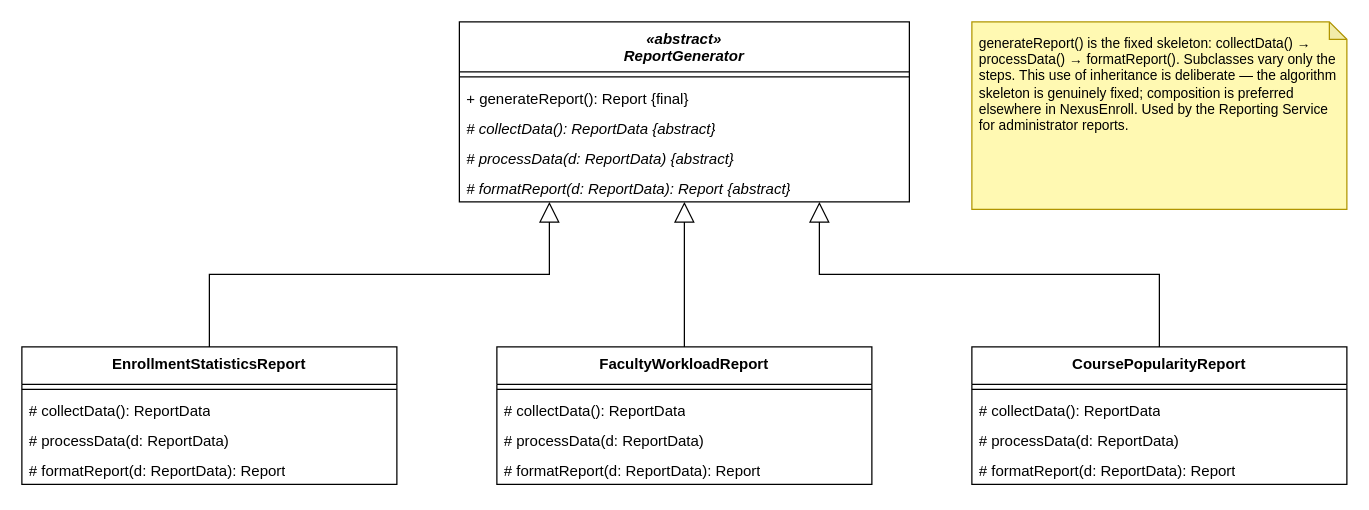
Above: Diagrams/Class_diagrams_design_patterns/06-template-method.drawio in Tharusha-dev/soft_architect_redda (draw.io), before the change. Source tidied: cells renumbered, new cells numbered last; positions are measured from the earlier drawing's top-left corner, leaving out a move shared by most shapes. Both pictures are drawn from the tidied source at 125%, with x=0, y=0 at pixel (21, 21).
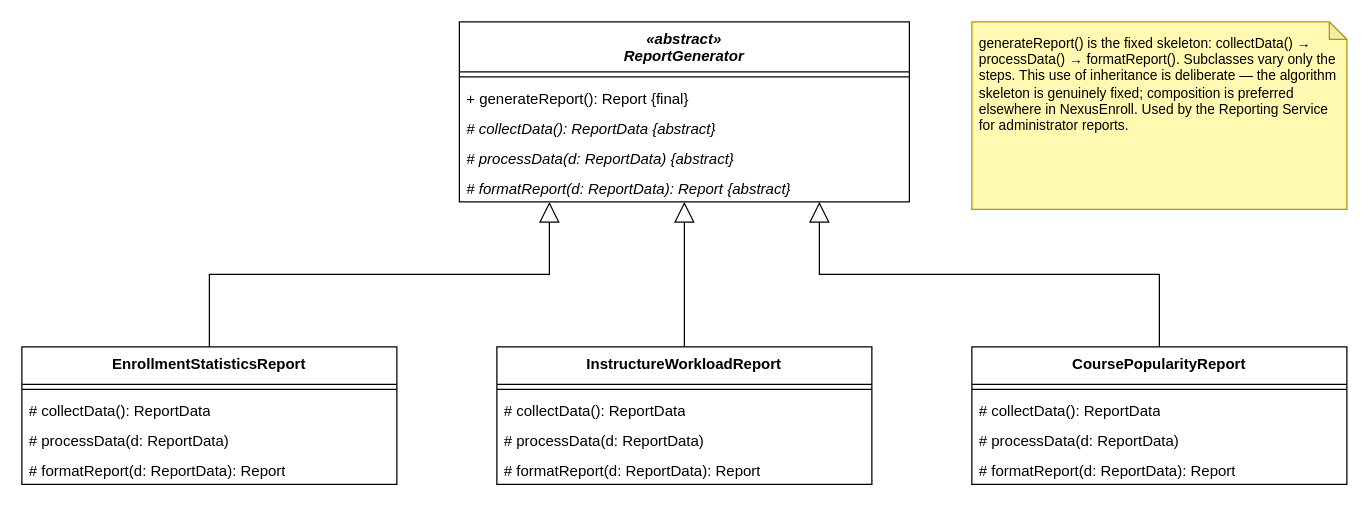
After the change.

The edit, as a diff of the source:
```diff
@@
-    <mxCell id="13" value="FacultyWorkloadReport" style="swimlane;fontStyle=1;align=center;verticalAlign=top;horizontal=1;startSize=30;whiteSpace=wrap;html=1;" parent="1" vertex="1">
+    <mxCell id="13" value="InstructureWorkloadReport" style="swimlane;fontStyle=1;align=center;verticalAlign=top;horizontal=1;startSize=30;whiteSpace=wrap;html=1;" parent="1" vertex="1">
       <mxGeometry x="380" y="260" width="300" height="110" as="geometry" />
     </mxCell>
```
